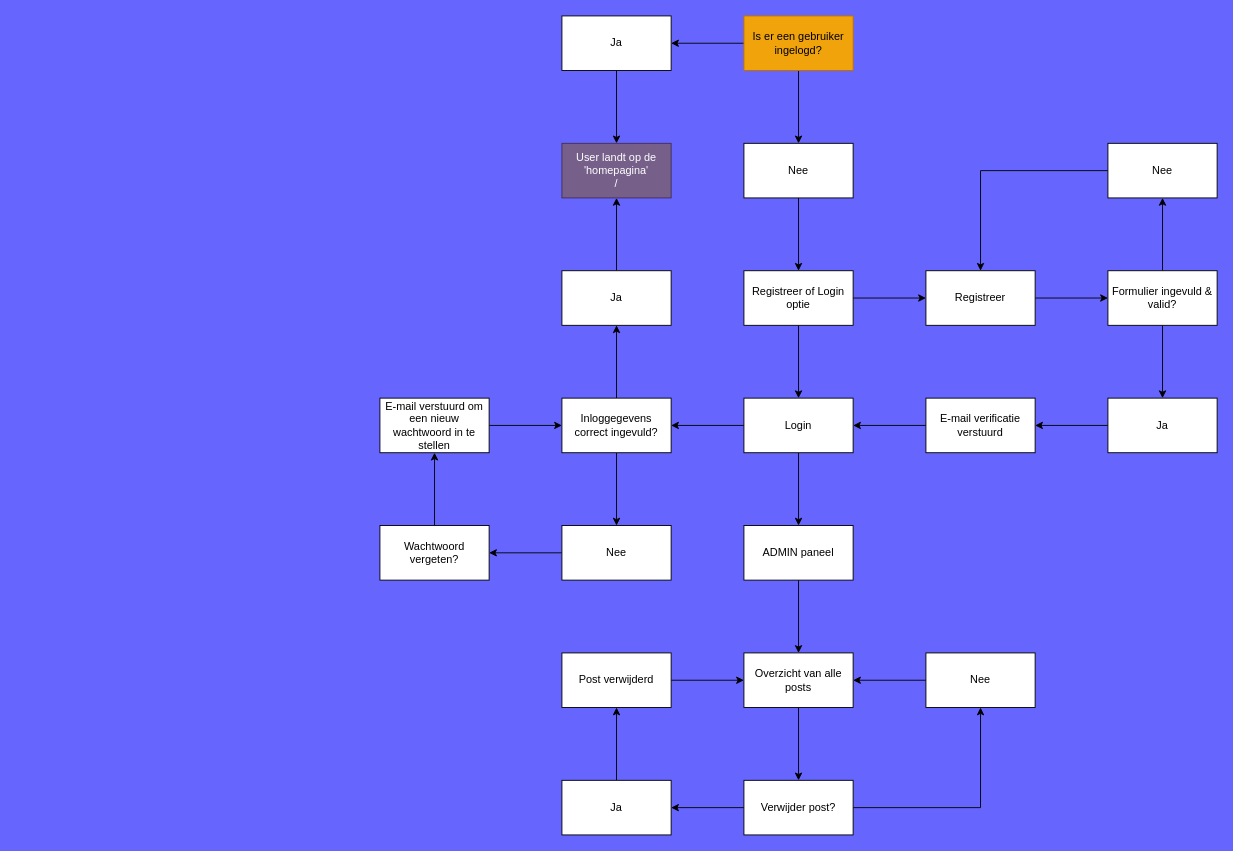
This is zDocumentatie/LogInFlowchart.drawio from maikdejong/MaikSpace, a draw.io file, before an edit. Source tidied: cells renumbered, new cells numbered last; positions are measured from the earlier drawing's top-left corner, leaving out a move shared by most shapes. Both pictures are drawn from the tidied source at 91%, with x=0, y=0 at pixel (379, 15).
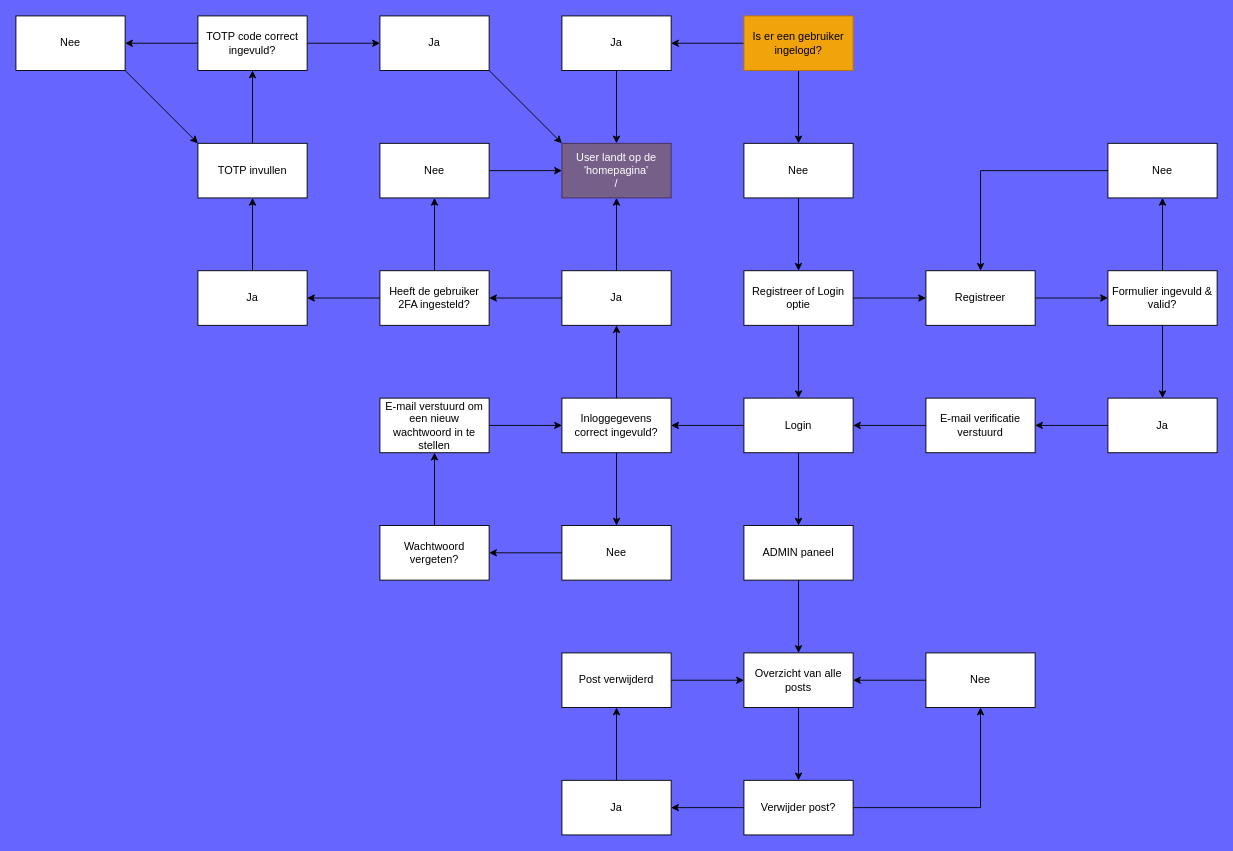
After the change.

Commit message:
loginFlowchart 2fa toegevoegd

Unchanged cells that the change refers to:
```xml
<mxCell id="42" value="Ja" style="rounded=0;whiteSpace=wrap;html=1;" parent="1" vertex="1">
  <mxGeometry x="200" y="280" width="120" height="60" as="geometry" />
</mxCell>
<mxCell id="48" value="User landt op de 'homepagina'&lt;div&gt;/&lt;/div&gt;" style="rounded=0;whiteSpace=wrap;html=1;fillColor=#76608a;fontColor=#ffffff;strokeColor=#432D57;" parent="1" vertex="1">
  <mxGeometry x="200" y="140" width="120" height="60" as="geometry" />
</mxCell>
```

The edit, as a diff of the source:
```diff
@@
+    <mxCell id="51" style="edgeStyle=orthogonalEdgeStyle;rounded=0;jettySize=auto;html=1;" parent="1" edge="1" source="42" target="54">
+      <mxGeometry relative="1" as="geometry" />
+    </mxCell>
@@
+    <mxCell id="52" style="edgeStyle=orthogonalEdgeStyle;rounded=0;jettySize=auto;html=1;" parent="1" edge="1" source="54" target="56">
+      <mxGeometry relative="1" as="geometry" />
+    </mxCell>
+    <mxCell id="53" style="edgeStyle=orthogonalEdgeStyle;rounded=0;jettySize=auto;html=1;" parent="1" edge="1" source="54" target="58">
+      <mxGeometry relative="1" as="geometry" />
+    </mxCell>
+    <mxCell id="54" value="Heeft de gebruiker 2FA ingesteld?" style="rounded=0;whiteSpace=wrap;html=1;" parent="1" vertex="1">
+      <mxGeometry y="280" width="120" height="60" as="geometry" />
+    </mxCell>
+    <mxCell id="55" style="edgeStyle=orthogonalEdgeStyle;rounded=0;jettySize=auto;html=1;" parent="1" edge="1" source="56" target="60">
+      <mxGeometry relative="1" as="geometry" />
+    </mxCell>
+    <mxCell id="56" value="Ja" style="rounded=0;whiteSpace=wrap;html=1;" parent="1" vertex="1">
+      <mxGeometry x="-200" y="280" width="120" height="60" as="geometry" />
+    </mxCell>
+    <mxCell id="57" style="edgeStyle=orthogonalEdgeStyle;rounded=0;jettySize=auto;html=1;" parent="1" edge="1" source="58" target="48">
+      <mxGeometry relative="1" as="geometry" />
+    </mxCell>
+    <mxCell id="58" value="Nee" style="rounded=0;whiteSpace=wrap;html=1;" parent="1" vertex="1">
+      <mxGeometry y="140" width="120" height="60" as="geometry" />
+    </mxCell>
+    <mxCell id="59" style="edgeStyle=orthogonalEdgeStyle;rounded=0;jettySize=auto;html=1;" parent="1" edge="1" source="60" target="63">
+      <mxGeometry relative="1" as="geometry" />
+    </mxCell>
+    <mxCell id="60" value="TOTP invullen" style="rounded=0;whiteSpace=wrap;html=1;" parent="1" vertex="1">
+      <mxGeometry x="-200" y="140" width="120" height="60" as="geometry" />
+    </mxCell>
+    <mxCell id="61" style="edgeStyle=orthogonalEdgeStyle;rounded=0;jettySize=auto;html=1;" parent="1" edge="1" source="63" target="64">
+      <mxGeometry relative="1" as="geometry" />
+    </mxCell>
+    <mxCell id="62" style="edgeStyle=orthogonalEdgeStyle;rounded=0;jettySize=auto;html=1;" parent="1" edge="1" source="63" target="65">
+      <mxGeometry relative="1" as="geometry" />
+    </mxCell>
+    <mxCell id="63" value="TOTP code correct ingevuld?" style="rounded=0;whiteSpace=wrap;html=1;" parent="1" vertex="1">
+      <mxGeometry x="-200" width="120" height="60" as="geometry" />
+    </mxCell>
+    <mxCell id="64" value="Ja" style="rounded=0;whiteSpace=wrap;html=1;" parent="1" vertex="1">
+      <mxGeometry width="120" height="60" as="geometry" />
+    </mxCell>
+    <mxCell id="65" value="Nee" style="rounded=0;whiteSpace=wrap;html=1;" parent="1" vertex="1">
+      <mxGeometry x="-400" width="120" height="60" as="geometry" />
+    </mxCell>
+    <mxCell id="66" style="endArrow=classic;html=1;rounded=0;entryX=0;entryY=0;entryDx=0;entryDy=0;exitX=1;exitY=1;exitDx=0;exitDy=0;" parent="1" edge="1" source="65" target="60">
+      <mxGeometry relative="1" as="geometry" />
+    </mxCell>
+    <mxCell id="67" style="endArrow=classic;html=1;rounded=0;exitX=1;exitY=1;exitDx=0;exitDy=0;entryX=0;entryY=0;entryDx=0;entryDy=0;" parent="1" edge="1" source="64" target="48">
+      <mxGeometry relative="1" as="geometry" />
+    </mxCell>
```
